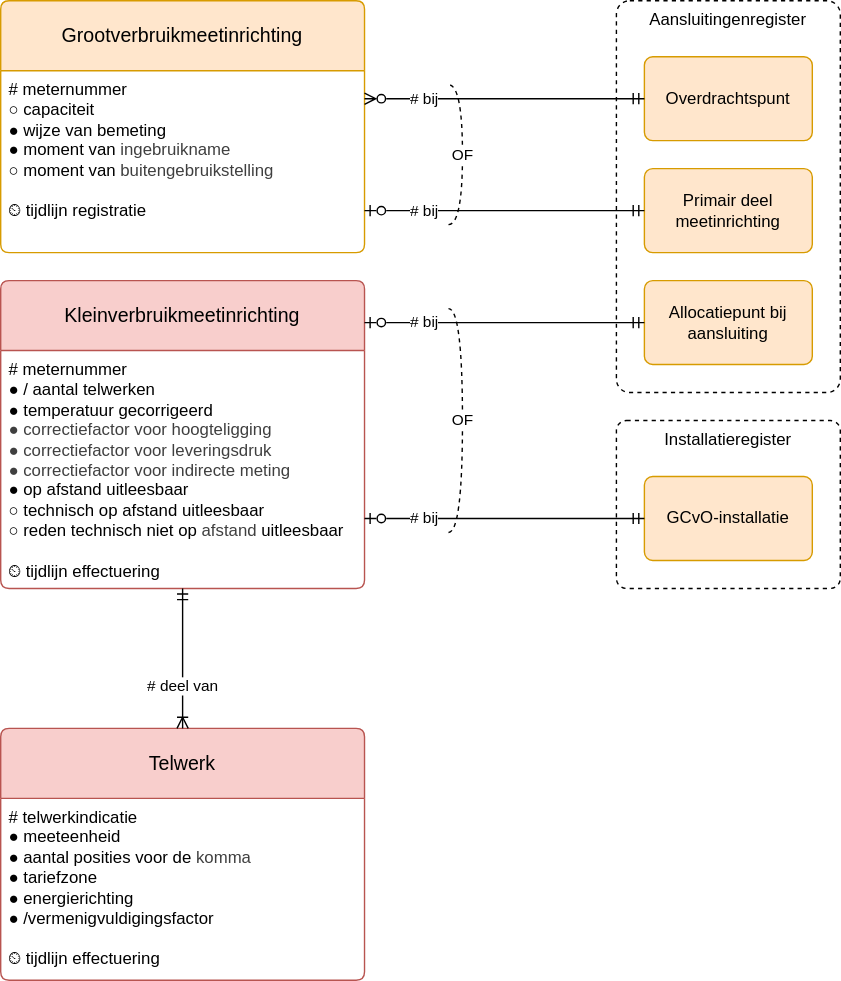
This is registers/meetinrichtingenregister/1.4/meetinrichtingenregister.drawio.svg from Netbeheer-Nederland/stelsel, a draw.io export, as it was before one commit. Source tidied: cells renumbered, new cells last; positions are measured from the earlier drawing's top-left corner, leaving out a move shared by most shapes.
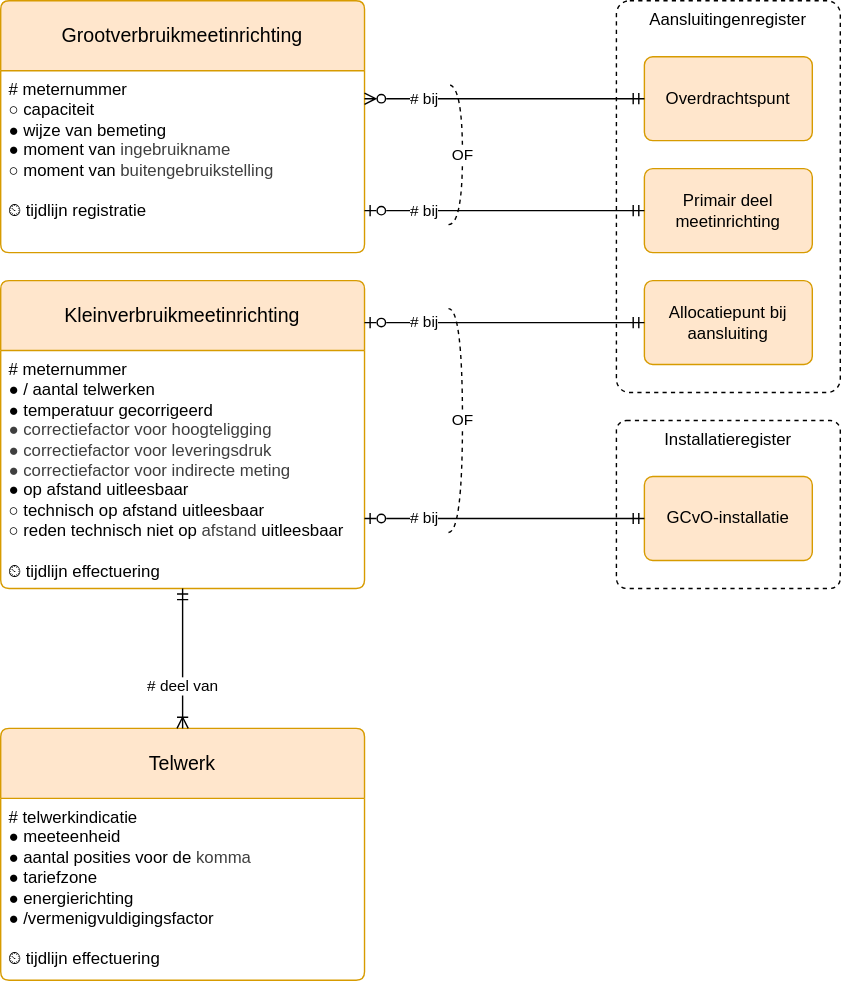
Later version of the same file.

The edit, as a diff of the source:
```diff
@@ -5,13 +5,13 @@
     <mxCell id="2" value="Aansluitingenregister" style="rounded=1;whiteSpace=wrap;html=1;dashed=1;verticalAlign=top;arcSize=6;" parent="1" vertex="1">
       <mxGeometry x="440" width="160" height="280" as="geometry" />
     </mxCell>
-    <mxCell id="3" value="Kleinverbruikmeetinrichting" style="swimlane;horizontal=1;startSize=50;rounded=1;fontSize=14;fontStyle=0;strokeWidth=1;shadow=0;dashed=0;align=center;fillColor=#f8cecc;strokeColor=#b85450;arcSize=4;whiteSpace=wrap;html=1;" parent="1" vertex="1">
+    <mxCell id="3" value="Kleinverbruikmeetinrichting" style="swimlane;horizontal=1;startSize=50;rounded=1;fontSize=14;fontStyle=0;strokeWidth=1;shadow=0;dashed=0;align=center;fillColor=#ffe6cc;strokeColor=#d79b00;arcSize=4;whiteSpace=wrap;html=1;" parent="1" vertex="1">
       <mxGeometry y="200" width="260" height="220" as="geometry" />
     </mxCell>
     <mxCell id="4" value="&lt;div&gt;&lt;span style=&quot;background-color: transparent; color: light-dark(rgb(0, 0, 0), rgb(255, 255, 255));&quot;&gt;# meternummer&lt;/span&gt;&lt;/div&gt;&lt;div&gt;&lt;span style=&quot;background-color: transparent; color: light-dark(rgb(0, 0, 0), rgb(255, 255, 255));&quot;&gt;● /&lt;/span&gt;&lt;span style=&quot;background-color: transparent; color: light-dark(rgb(0, 0, 0), rgb(255, 255, 255));&quot;&gt;aantal telwerken&lt;/span&gt;&lt;/div&gt;&lt;div&gt;&lt;div&gt;&lt;span style=&quot;background-color: initial;&quot;&gt;● &lt;/span&gt;&lt;span style=&quot;background-color: initial;&quot;&gt;temperatuur&lt;/span&gt;&lt;span style=&quot;background-color: initial; color: light-dark(rgb(0, 0, 0), rgb(255, 255, 255));&quot;&gt;gecorrigeerd&lt;/span&gt;&lt;/div&gt;&lt;div&gt;&lt;span style=&quot;color: rgb(63, 63, 63);&quot;&gt;● correctiefactor voor&amp;nbsp;&lt;/span&gt;&lt;span style=&quot;color: rgb(63, 63, 63); background-color: transparent;&quot;&gt;hoogteligging&lt;/span&gt;&lt;/div&gt;&lt;div&gt;&lt;span style=&quot;color: rgb(63, 63, 63);&quot;&gt;● correctiefactor voor&amp;nbsp;&lt;/span&gt;&lt;span style=&quot;color: rgb(63, 63, 63); background-color: transparent;&quot;&gt;leveringsdruk&lt;/span&gt;&lt;/div&gt;&lt;div&gt;&lt;span style=&quot;color: rgb(63, 63, 63);&quot;&gt;● correctiefactor voor indirecte meting&lt;/span&gt;&lt;span style=&quot;color: rgb(63, 63, 63); background-color: transparent;&quot;&gt;&lt;/span&gt;&lt;/div&gt;&lt;div&gt;● op afstand uitleesbaar&lt;/div&gt;&lt;div&gt;&lt;span style=&quot;background-color: initial; color: light-dark(rgb(0, 0, 0), rgb(255, 255, 255));&quot;&gt;○ &lt;/span&gt;&lt;span style=&quot;background-color: initial; color: light-dark(rgb(0, 0, 0), rgb(255, 255, 255));&quot;&gt;technisch op afstand&amp;nbsp;&lt;/span&gt;&lt;span style=&quot;background-color: initial;&quot;&gt;uitleesbaar&lt;/span&gt;&lt;/div&gt;&lt;div&gt;○ reden technisch niet op&amp;nbsp;&lt;span style=&quot;color: rgb(63, 63, 63); background-color: transparent;&quot;&gt;afstand&amp;nbsp;&lt;/span&gt;&lt;span style=&quot;background-color: transparent;&quot;&gt;uitleesbaar&lt;/span&gt;&lt;/div&gt;&lt;/div&gt;&lt;div&gt;&lt;div&gt;&lt;br&gt;&lt;/div&gt;&lt;/div&gt;&lt;div&gt;⏲ tijdlijn effectuering&lt;/div&gt;" style="align=left;strokeColor=none;fillColor=none;spacingLeft=4;fontSize=12;verticalAlign=top;fontStyle=0;html=1;" parent="3" vertex="1">
       <mxGeometry y="50" width="260" height="170" as="geometry" />
     </mxCell>
-    <mxCell id="5" value="Telwerk" style="swimlane;horizontal=1;startSize=50;rounded=1;fontSize=14;fontStyle=0;strokeWidth=1;shadow=0;dashed=0;align=center;fillColor=#f8cecc;strokeColor=#b85450;arcSize=4;whiteSpace=wrap;html=1;" parent="1" vertex="1">
+    <mxCell id="5" value="Telwerk" style="swimlane;horizontal=1;startSize=50;rounded=1;fontSize=14;fontStyle=0;strokeWidth=1;shadow=0;dashed=0;align=center;fillColor=#ffe6cc;strokeColor=#d79b00;arcSize=4;whiteSpace=wrap;html=1;" parent="1" vertex="1">
       <mxGeometry y="520" width="260" height="180" as="geometry" />
     </mxCell>
     <mxCell id="6" value="#&amp;nbsp;telwerkindicatie&lt;br&gt;●&amp;nbsp;meeteenheid&lt;br&gt;●&amp;nbsp;aantal posities voor de&amp;nbsp;&lt;span style=&quot;background-color: initial; color: rgb(63, 63, 63);&quot;&gt;komma&lt;/span&gt;&lt;div&gt;&lt;div&gt;&lt;span style=&quot;background-color: initial;&quot;&gt;●&amp;nbsp;&lt;/span&gt;&lt;span style=&quot;background-color: initial;&quot;&gt;tariefzone&lt;/span&gt;&lt;div&gt;●&amp;nbsp;energierichting&lt;/div&gt;&lt;/div&gt;&lt;div&gt;● /vermenigvuldigingsfactor&lt;/div&gt;&lt;div&gt;&lt;br&gt;&lt;/div&gt;&lt;div&gt;⏲ tijdlijn effectuering&lt;/div&gt;&lt;/div&gt;" style="align=left;strokeColor=none;fillColor=none;spacingLeft=4;fontSize=12;verticalAlign=top;fontStyle=0;html=1;" parent="5" vertex="1">
```
